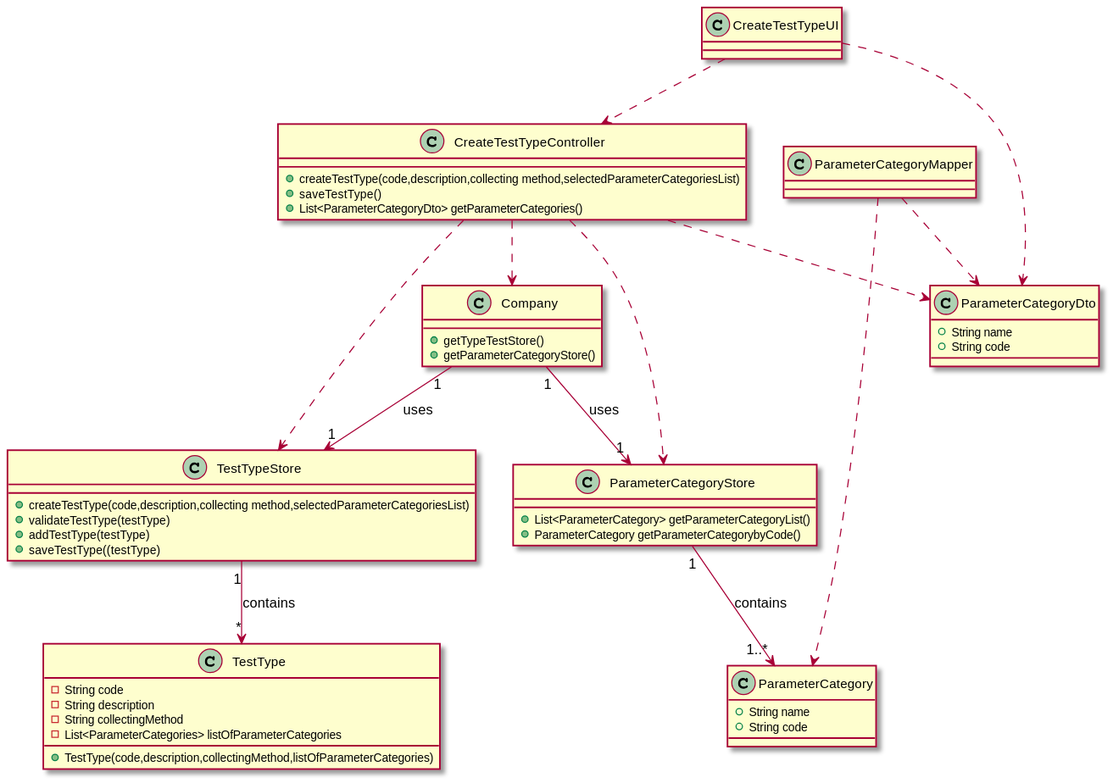
manu-07-ela/LAPR2_ISEP keeps this PlantUML diagram as docs/SprintB/US09/US09_CD.svg. Above is the earlier version.
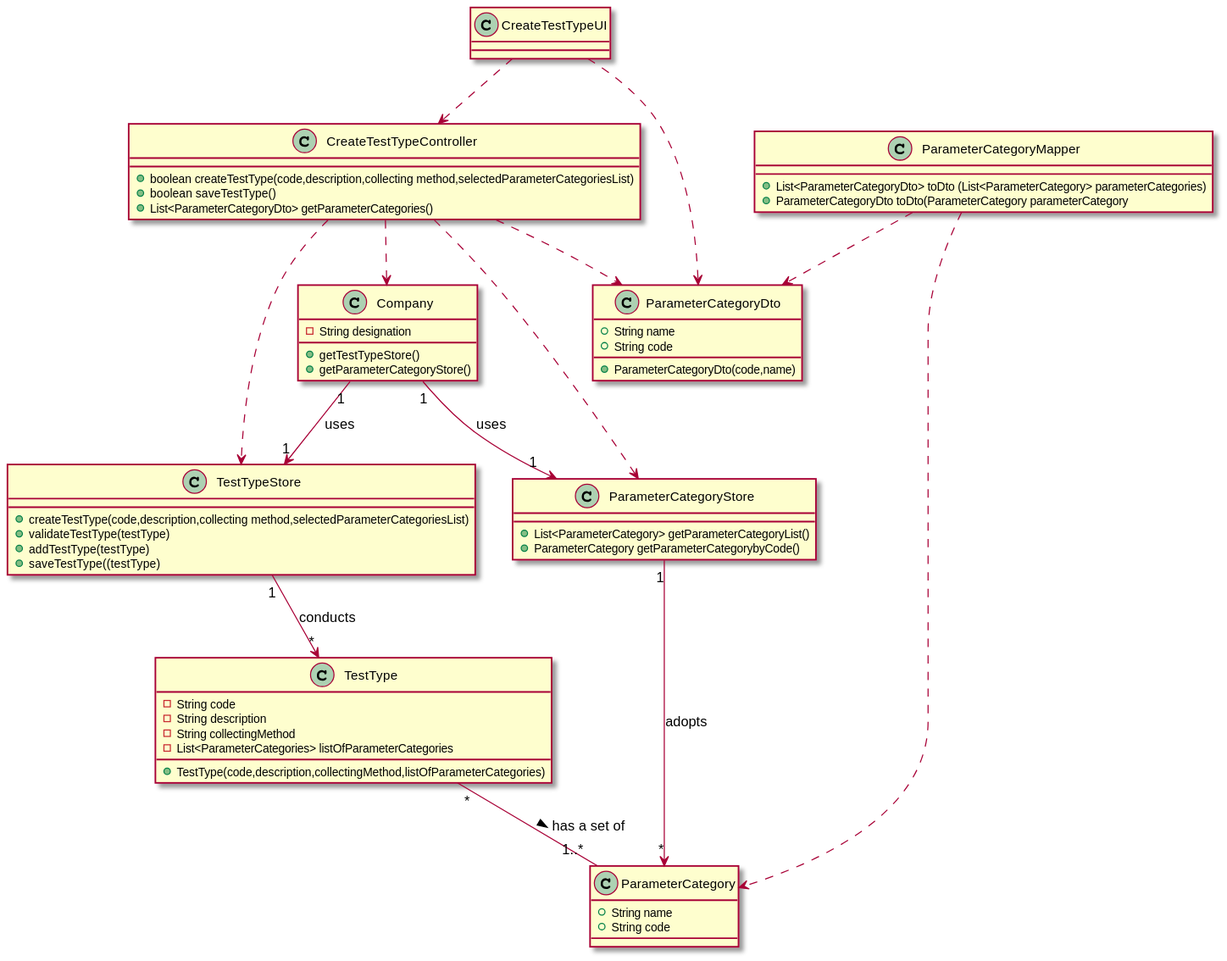
The same file after the commit.

What changed in the source:
```diff
@@ -1,7 +1,8 @@
 @startuml
 
 class Company{
-+getTypeTestStore()
+-String designation
++getTestTypeStore()
 +getParameterCategoryStore()
 }
 
@@ -9,8 +10,8 @@
 }
 
 class CreateTestTypeController{
-+createTestType(code,description,collecting method,selectedParameterCategoriesList)
-+saveTestType()
++boolean createTestType(code,description,collecting method,selectedParameterCategoriesList)
++boolean saveTestType()
 +List<ParameterCategoryDto> getParameterCategories()
 }
 
@@ -35,12 +36,15 @@
 }
 
 class ParameterCategoryMapper{
++List<ParameterCategoryDto> toDto (List<ParameterCategory> parameterCategories)
++ParameterCategoryDto toDto(ParameterCategory parameterCategory
 }
 
 
 class ParameterCategoryDto{
 + String name
 + String code
++ ParameterCategoryDto(code,name)
 }
 
 class ParameterCategory{
@@ -56,9 +60,9 @@
 CreateTestTypeController ..> ParameterCategoryDto
 Company"1"--> "1" TestTypeStore : uses
 Company"1"--> "1" ParameterCategoryStore : uses
-TestTypeStore "1"-->"*" TestType : contains
+TestTypeStore "1"-->"*" TestType : conducts
 ParameterCategoryMapper ..> ParameterCategoryDto
 ParameterCategoryMapper ..> ParameterCategory
-ParameterCategoryStore "1"--> "1..*"ParameterCategory : contains
-
+ParameterCategoryStore "1"--> "*"ParameterCategory : adopts
+TestType "*"--"1..*" ParameterCategory : has a set of >
 @enduml
```
